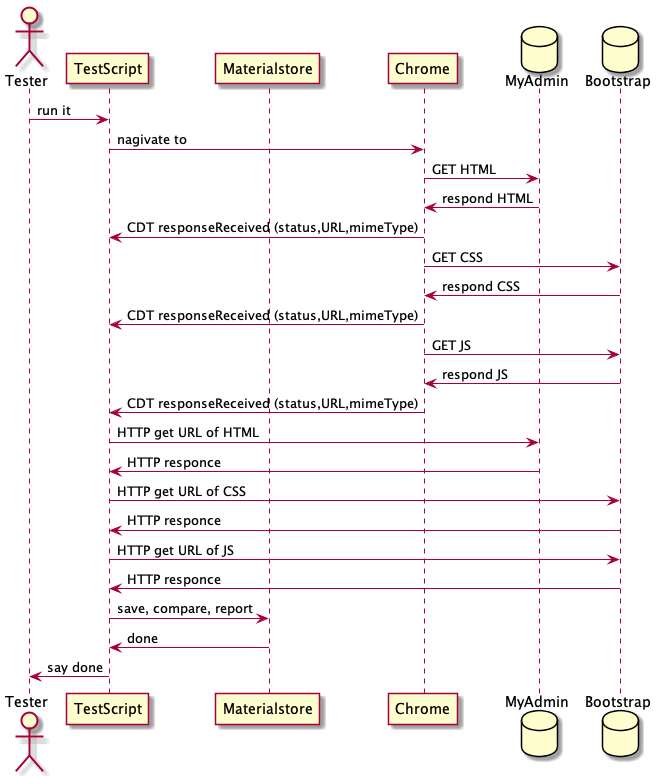
Before: docs/diagrams/out/sequence/sequence.png, a diagram exported from PlantUML (kazurayam/VisualInspectionOfCssAndJs).
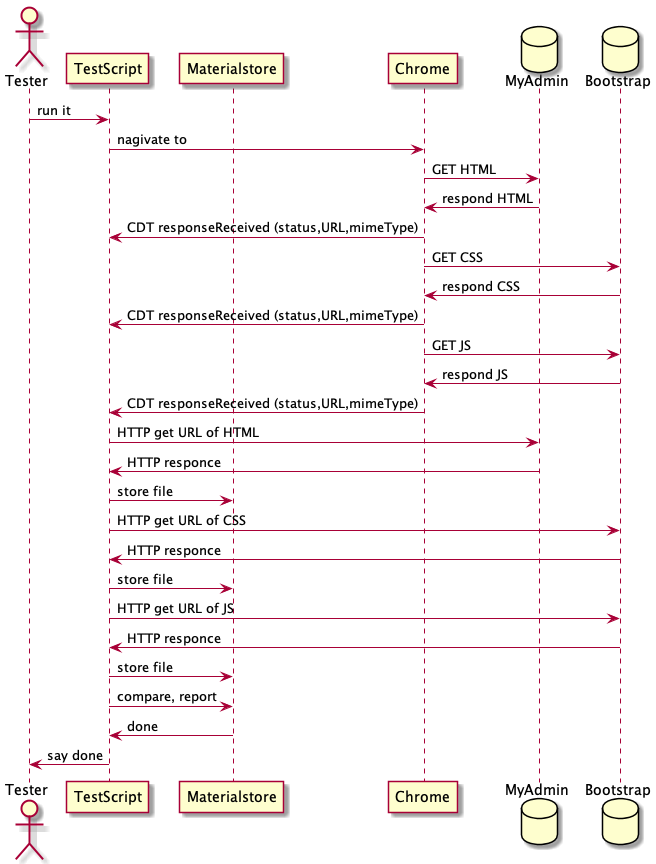
The same file after the commit.

Change to the diagram source:
```diff
@@ -1,7 +1,7 @@
 @startuml sequence
 actor       Tester        as tester
 participant TestScript    as script
-participant Materialstore as ms
+participant Materialstore as mats
 participant Chrome        as browser
 database    MyAdmin       as site
 database    Bootstrap     as external
@@ -18,11 +18,14 @@
 browser  -> script     : CDT responseReceived (status,URL,mimeType)
 script   -> site       : HTTP get URL of HTML
 site     -> script     : HTTP responce
+script   -> mats       : store file
 script   -> external   : HTTP get URL of CSS
 external -> script     : HTTP responce
+script   -> mats       : store file
 script   -> external   : HTTP get URL of JS
 external -> script     : HTTP responce
-script   -> ms         : save, compare, report
-ms       -> script     : done
+script   -> mats       : store file
+script   -> mats       : compare, report
+mats     -> script     : done
 script   -> tester     : say done
 @enduml
```
